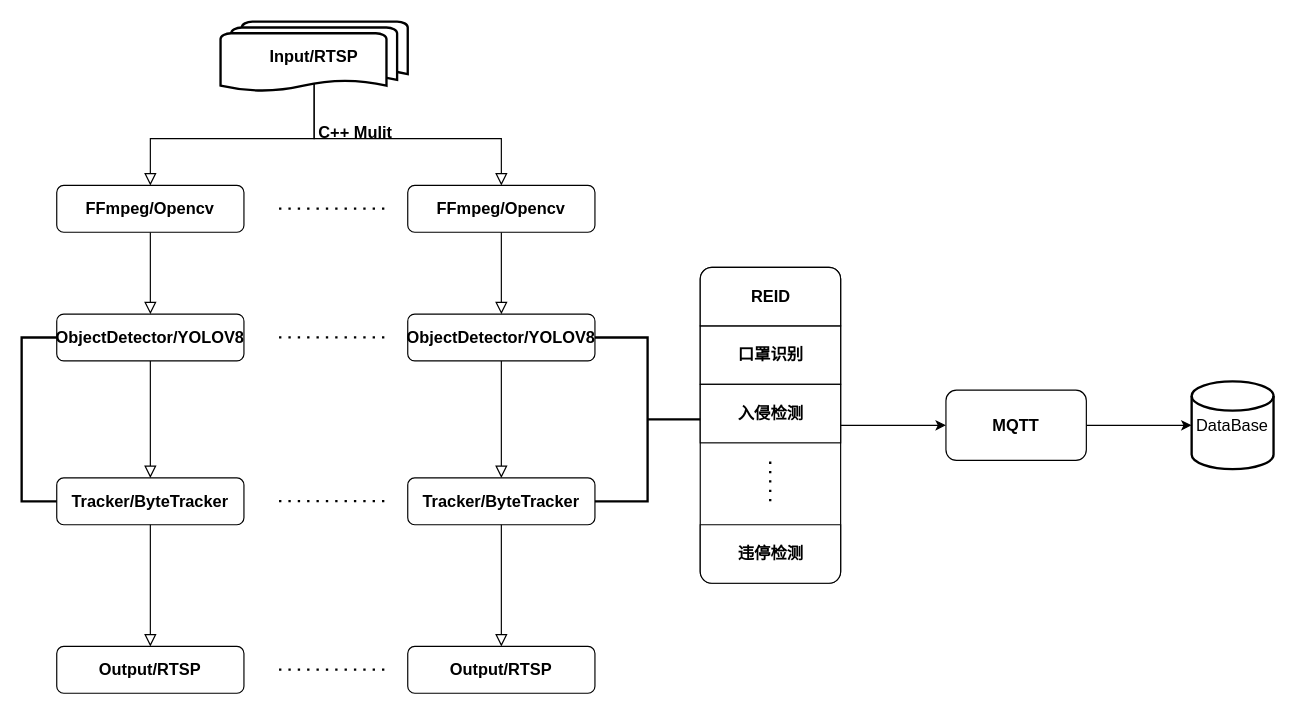
This is AI.drawio from GiponNG/Draw.io, a draw.io file, before an edit. Source tidied: cells renumbered, new cells numbered last; positions are measured from the earlier drawing's top-left corner, leaving out a move shared by most shapes. Both pictures are drawn from the tidied source at 117%, with x=0, y=0 at pixel (21, 21).
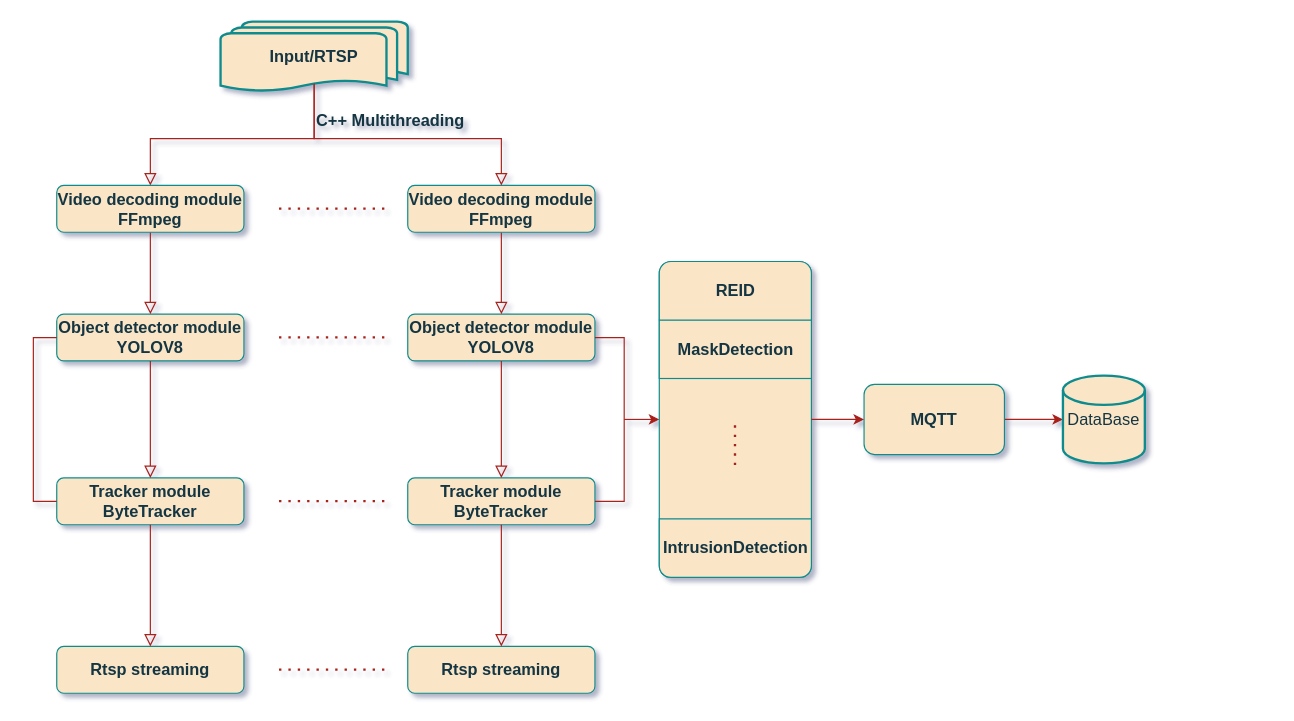
Above is the later version.

Change to the diagram source:
```diff
@@
-<mxGraphModel>
+<mxGraphModel background="#ffffff" shadow="1">
@@
-    <mxCell id="2" style="rounded=0;html=1;jettySize=auto;fontSize=14;endArrow=block;endFill=0;endSize=8;strokeWidth=1;shadow=0;labelBackgroundColor=none;edgeStyle=orthogonalEdgeStyle;exitX=0.5;exitY=0.88;exitDx=0;exitDy=0;exitPerimeter=0;fontStyle=1;" parent="1" edge="1" source="10" target="5">
+    <mxCell id="2" style="rounded=0;html=1;jettySize=auto;fontSize=14;endArrow=block;endFill=0;endSize=8;strokeWidth=1;shadow=0;labelBackgroundColor=none;edgeStyle=orthogonalEdgeStyle;exitX=0.5;exitY=0.88;exitDx=0;exitDy=0;exitPerimeter=0;fontStyle=1;fontColor=default;strokeColor=#A8201A;" parent="1" edge="1" source="10" target="5">
       <mxGeometry relative="1" as="geometry" />
     </mxCell>
-    <mxCell id="3" value="ObjectDetector/YOLOV8" style="rounded=1;whiteSpace=wrap;html=1;fontSize=14;glass=0;strokeWidth=1;shadow=0;fontStyle=1;" parent="1" vertex="1">
+    <mxCell id="3" value="Object detector module&lt;br style=&quot;border-color: var(--border-color);&quot;&gt;YOLOV8" style="rounded=1;whiteSpace=wrap;html=1;fontSize=14;glass=0;strokeWidth=1;shadow=0;fontStyle=1;labelBackgroundColor=none;fillColor=#FAE5C7;strokeColor=#0F8B8D;fontColor=#143642;" parent="1" vertex="1">
       <mxGeometry x="30" y="250" width="160" height="40" as="geometry" />
     </mxCell>
-    <mxCell id="4" style="rounded=0;html=1;jettySize=auto;fontSize=14;endArrow=block;endFill=0;endSize=8;strokeWidth=1;shadow=0;labelBackgroundColor=none;edgeStyle=orthogonalEdgeStyle;exitX=0.5;exitY=1;exitDx=0;exitDy=0;fontStyle=1;" parent="1" edge="1" source="5" target="3">
+    <mxCell id="4" style="rounded=0;html=1;jettySize=auto;fontSize=14;endArrow=block;endFill=0;endSize=8;strokeWidth=1;shadow=0;labelBackgroundColor=none;edgeStyle=orthogonalEdgeStyle;exitX=0.5;exitY=1;exitDx=0;exitDy=0;fontStyle=1;fontColor=default;strokeColor=#A8201A;" parent="1" edge="1" source="5" target="3">
       <mxGeometry relative="1" as="geometry" />
     </mxCell>
-    <mxCell id="5" value="FFmpeg/Opencv" style="rounded=1;whiteSpace=wrap;html=1;fontSize=14;glass=0;strokeWidth=1;shadow=0;fontStyle=1;" parent="1" vertex="1">
+    <mxCell id="5" value="Video decoding module&lt;br&gt;FFmpeg" style="rounded=1;whiteSpace=wrap;html=1;fontSize=14;glass=0;strokeWidth=1;shadow=0;fontStyle=1;labelBackgroundColor=none;fillColor=#FAE5C7;strokeColor=#0F8B8D;fontColor=#143642;" parent="1" vertex="1">
       <mxGeometry x="30" y="140" width="160" height="40" as="geometry" />
     </mxCell>
-    <mxCell id="6" value="Tracker/ByteTracker" style="rounded=1;whiteSpace=wrap;html=1;fontSize=14;glass=0;strokeWidth=1;shadow=0;fontStyle=1;" parent="1" vertex="1">
+    <mxCell id="6" value="Tracker module&lt;br&gt;ByteTracker" style="rounded=1;whiteSpace=wrap;html=1;fontSize=14;glass=0;strokeWidth=1;shadow=0;fontStyle=1;labelBackgroundColor=none;fillColor=#FAE5C7;strokeColor=#0F8B8D;fontColor=#143642;" parent="1" vertex="1">
       <mxGeometry x="30" y="390" width="160" height="40" as="geometry" />
     </mxCell>
-    <mxCell id="7" style="rounded=0;html=1;jettySize=auto;fontSize=14;endArrow=block;endFill=0;endSize=8;strokeWidth=1;shadow=0;labelBackgroundColor=none;edgeStyle=orthogonalEdgeStyle;fontStyle=1;" parent="1" edge="1" source="3" target="6">
+    <mxCell id="7" style="rounded=0;html=1;jettySize=auto;fontSize=14;endArrow=block;endFill=0;endSize=8;strokeWidth=1;shadow=0;labelBackgroundColor=none;edgeStyle=orthogonalEdgeStyle;fontStyle=1;fontColor=default;strokeColor=#A8201A;" parent="1" edge="1" source="3" target="6">
       <mxGeometry relative="1" as="geometry" />
     </mxCell>
-    <mxCell id="8" value="Output/RTSP" style="rounded=1;whiteSpace=wrap;html=1;fontSize=14;glass=0;strokeWidth=1;shadow=0;fontStyle=1;" parent="1" vertex="1">
+    <mxCell id="8" value="Rtsp streaming" style="rounded=1;whiteSpace=wrap;html=1;fontSize=14;glass=0;strokeWidth=1;shadow=0;fontStyle=1;labelBackgroundColor=none;fillColor=#FAE5C7;strokeColor=#0F8B8D;fontColor=#143642;" parent="1" vertex="1">
       <mxGeometry x="30" y="534" width="160" height="40" as="geometry" />
     </mxCell>
-    <mxCell id="9" style="rounded=0;html=1;jettySize=auto;fontSize=14;endArrow=block;endFill=0;endSize=8;strokeWidth=1;shadow=0;labelBackgroundColor=none;edgeStyle=orthogonalEdgeStyle;entryX=0.5;entryY=0;entryDx=0;entryDy=0;fontStyle=1;" parent="1" edge="1" source="6" target="8">
+    <mxCell id="9" style="rounded=0;html=1;jettySize=auto;fontSize=14;endArrow=block;endFill=0;endSize=8;strokeWidth=1;shadow=0;labelBackgroundColor=none;edgeStyle=orthogonalEdgeStyle;entryX=0.5;entryY=0;entryDx=0;entryDy=0;fontStyle=1;fontColor=default;strokeColor=#A8201A;" parent="1" edge="1" source="6" target="8">
       <mxGeometry relative="1" as="geometry" />
     </mxCell>
-    <mxCell id="10" value="Input/RTSP" style="strokeWidth=2;html=1;shape=mxgraph.flowchart.multi-document;whiteSpace=wrap;fontSize=14;fontStyle=1;" parent="1" vertex="1">
+    <mxCell id="10" value="Input/RTSP" style="strokeWidth=2;html=1;shape=mxgraph.flowchart.multi-document;whiteSpace=wrap;fontSize=14;fontStyle=1;labelBackgroundColor=none;fillColor=#FAE5C7;strokeColor=#0F8B8D;fontColor=#143642;" parent="1" vertex="1">
       <mxGeometry x="170" width="160" height="60" as="geometry" />
     </mxCell>
-    <mxCell id="11" value="ObjectDetector/YOLOV8" style="rounded=1;whiteSpace=wrap;html=1;fontSize=14;glass=0;strokeWidth=1;shadow=0;fontStyle=1;" parent="1" vertex="1">
+    <mxCell id="11" value="Object detector module&lt;br&gt;YOLOV8" style="rounded=1;whiteSpace=wrap;html=1;fontSize=14;glass=0;strokeWidth=1;shadow=0;fontStyle=1;labelBackgroundColor=none;fillColor=#FAE5C7;strokeColor=#0F8B8D;fontColor=#143642;" parent="1" vertex="1">
       <mxGeometry x="330" y="250" width="160" height="40" as="geometry" />
     </mxCell>
-    <mxCell id="12" style="rounded=0;html=1;jettySize=auto;fontSize=14;endArrow=block;endFill=0;endSize=8;strokeWidth=1;shadow=0;labelBackgroundColor=none;edgeStyle=orthogonalEdgeStyle;exitX=0.5;exitY=1;exitDx=0;exitDy=0;fontStyle=1;" parent="1" edge="1" source="13" target="11">
+    <mxCell id="12" style="rounded=0;html=1;jettySize=auto;fontSize=14;endArrow=block;endFill=0;endSize=8;strokeWidth=1;shadow=0;labelBackgroundColor=none;edgeStyle=orthogonalEdgeStyle;exitX=0.5;exitY=1;exitDx=0;exitDy=0;fontStyle=1;fontColor=default;strokeColor=#A8201A;" parent="1" edge="1" source="13" target="11">
       <mxGeometry relative="1" as="geometry" />
     </mxCell>
-    <mxCell id="13" value="FFmpeg/Opencv" style="rounded=1;whiteSpace=wrap;html=1;fontSize=14;glass=0;strokeWidth=1;shadow=0;fontStyle=1;" parent="1" vertex="1">
+    <mxCell id="13" value="Video decoding module&lt;br style=&quot;border-color: var(--border-color);&quot;&gt;FFmpeg" style="rounded=1;whiteSpace=wrap;html=1;fontSize=14;glass=0;strokeWidth=1;shadow=0;fontStyle=1;labelBackgroundColor=none;fillColor=#FAE5C7;strokeColor=#0F8B8D;fontColor=#143642;" parent="1" vertex="1">
       <mxGeometry x="330" y="140" width="160" height="40" as="geometry" />
     </mxCell>
-    <mxCell id="14" value="Tracker/ByteTracker" style="rounded=1;whiteSpace=wrap;html=1;fontSize=14;glass=0;strokeWidth=1;shadow=0;fontStyle=1;" parent="1" vertex="1">
+    <mxCell id="14" value="Tracker module&lt;br style=&quot;border-color: var(--border-color);&quot;&gt;ByteTracker" style="rounded=1;whiteSpace=wrap;html=1;fontSize=14;glass=0;strokeWidth=1;shadow=0;fontStyle=1;labelBackgroundColor=none;fillColor=#FAE5C7;strokeColor=#0F8B8D;fontColor=#143642;" parent="1" vertex="1">
       <mxGeometry x="330" y="390" width="160" height="40" as="geometry" />
     </mxCell>
-    <mxCell id="15" style="rounded=0;html=1;jettySize=auto;fontSize=14;endArrow=block;endFill=0;endSize=8;strokeWidth=1;shadow=0;labelBackgroundColor=none;edgeStyle=orthogonalEdgeStyle;fontStyle=1;" parent="1" edge="1" source="11" target="14">
+    <mxCell id="15" style="rounded=0;html=1;jettySize=auto;fontSize=14;endArrow=block;endFill=0;endSize=8;strokeWidth=1;shadow=0;labelBackgroundColor=none;edgeStyle=orthogonalEdgeStyle;fontStyle=1;fontColor=default;strokeColor=#A8201A;" parent="1" edge="1" source="11" target="14">
       <mxGeometry relative="1" as="geometry" />
     </mxCell>
-    <mxCell id="16" value="Output/RTSP" style="rounded=1;whiteSpace=wrap;html=1;fontSize=14;glass=0;strokeWidth=1;shadow=0;fontStyle=1;" parent="1" vertex="1">
+    <mxCell id="16" value="Rtsp streaming" style="rounded=1;whiteSpace=wrap;html=1;fontSize=14;glass=0;strokeWidth=1;shadow=0;fontStyle=1;labelBackgroundColor=none;fillColor=#FAE5C7;strokeColor=#0F8B8D;fontColor=#143642;" parent="1" vertex="1">
       <mxGeometry x="330" y="534" width="160" height="40" as="geometry" />
     </mxCell>
-    <mxCell id="17" style="rounded=0;html=1;jettySize=auto;fontSize=14;endArrow=block;endFill=0;endSize=8;strokeWidth=1;shadow=0;labelBackgroundColor=none;edgeStyle=orthogonalEdgeStyle;entryX=0.5;entryY=0;entryDx=0;entryDy=0;fontStyle=1;" parent="1" edge="1" source="14" target="16">
+    <mxCell id="17" style="rounded=0;html=1;jettySize=auto;fontSize=14;endArrow=block;endFill=0;endSize=8;strokeWidth=1;shadow=0;labelBackgroundColor=none;edgeStyle=orthogonalEdgeStyle;entryX=0.5;entryY=0;entryDx=0;entryDy=0;fontStyle=1;fontColor=default;strokeColor=#A8201A;" parent="1" edge="1" source="14" target="16">
       <mxGeometry relative="1" as="geometry" />
     </mxCell>
-    <mxCell id="18" style="rounded=0;html=1;jettySize=auto;fontSize=14;endArrow=block;endFill=0;endSize=8;strokeWidth=1;shadow=0;labelBackgroundColor=none;edgeStyle=orthogonalEdgeStyle;exitX=0.5;exitY=0.88;exitDx=0;exitDy=0;exitPerimeter=0;fontStyle=1;" parent="1" edge="1" source="10" target="13">
+    <mxCell id="18" style="rounded=0;html=1;jettySize=auto;fontSize=14;endArrow=block;endFill=0;endSize=8;strokeWidth=1;shadow=0;labelBackgroundColor=none;edgeStyle=orthogonalEdgeStyle;exitX=0.5;exitY=0.88;exitDx=0;exitDy=0;exitPerimeter=0;fontStyle=1;fontColor=default;strokeColor=#A8201A;" parent="1" edge="1" source="10" target="13">
       <mxGeometry relative="1" as="geometry">
         <Array as="points">
           <mxPoint x="250" y="100" />
           <mxPoint x="410" y="100" />
         </Array>
       </mxGeometry>
     </mxCell>
-    <mxCell id="19" style="endArrow=none;dashed=1;html=1;dashPattern=1 3;strokeWidth=2;rounded=0;fontSize=14;fontStyle=1;" parent="1" edge="1">
+    <mxCell id="19" style="endArrow=none;dashed=1;html=1;dashPattern=1 3;strokeWidth=2;rounded=0;fontSize=14;fontStyle=1;labelBackgroundColor=none;fontColor=default;strokeColor=#A8201A;" parent="1" edge="1">
       <mxGeometry relative="1" as="geometry">
         <mxPoint x="220" y="159.8" as="sourcePoint" />
         <mxPoint x="310" y="159.8" as="targetPoint" />
       </mxGeometry>
     </mxCell>
-    <mxCell id="20" style="endArrow=none;dashed=1;html=1;dashPattern=1 3;strokeWidth=2;rounded=0;fontSize=14;fontStyle=1;" parent="1" edge="1">
+    <mxCell id="20" style="endArrow=none;dashed=1;html=1;dashPattern=1 3;strokeWidth=2;rounded=0;fontSize=14;fontStyle=1;labelBackgroundColor=none;fontColor=default;strokeColor=#A8201A;" parent="1" edge="1">
       <mxGeometry relative="1" as="geometry">
         <mxPoint x="220" y="269.8" as="sourcePoint" />
         <mxPoint x="310" y="269.8" as="targetPoint" />
       </mxGeometry>
     </mxCell>
-    <mxCell id="21" style="endArrow=none;dashed=1;html=1;dashPattern=1 3;strokeWidth=2;rounded=0;fontSize=14;fontStyle=1;" parent="1" edge="1">
+    <mxCell id="21" style="endArrow=none;dashed=1;html=1;dashPattern=1 3;strokeWidth=2;rounded=0;fontSize=14;fontStyle=1;labelBackgroundColor=none;fontColor=default;strokeColor=#A8201A;" parent="1" edge="1">
       <mxGeometry relative="1" as="geometry">
         <mxPoint x="220" y="553.8" as="sourcePoint" />
         <mxPoint x="310" y="553.8" as="targetPoint" />
       </mxGeometry>
     </mxCell>
-    <mxCell id="22" style="endArrow=none;dashed=1;html=1;dashPattern=1 3;strokeWidth=2;rounded=0;fontSize=14;fontStyle=1;" parent="1" edge="1">
+    <mxCell id="22" style="endArrow=none;dashed=1;html=1;dashPattern=1 3;strokeWidth=2;rounded=0;fontSize=14;fontStyle=1;labelBackgroundColor=none;fontColor=default;strokeColor=#A8201A;" parent="1" edge="1">
       <mxGeometry relative="1" as="geometry">
         <mxPoint x="220" y="409.8" as="sourcePoint" />
         <mxPoint x="310" y="409.8" as="targetPoint" />
       </mxGeometry>
     </mxCell>
-    <mxCell id="23" value="C++ Mulit" style="text;html=1;align=center;verticalAlign=middle;strokeColor=none;fillColor=none;fontSize=14;fontStyle=1;" parent="1" vertex="1">
-      <mxGeometry x="240" y="80" width="90" height="30" as="geometry" />
+    <mxCell id="23" value="C++&amp;nbsp;Multithreading" style="text;html=1;align=center;verticalAlign=middle;strokeColor=none;fillColor=none;fontSize=14;fontStyle=1;labelBackgroundColor=none;fontColor=#143642;" parent="1" vertex="1">
+      <mxGeometry x="240" y="70" width="150" height="30" as="geometry" />
     </mxCell>
-    <mxCell id="24" style="strokeWidth=1;shadow=0;dashed=0;align=center;html=1;shape=mxgraph.mockup.rrect;rSize=10;labelBorderColor=#000000;fontSize=14;fontStyle=1;" parent="1" vertex="1">
-      <mxGeometry x="580" y="210" width="120" height="270" as="geometry" />
+    <mxCell id="24" style="strokeWidth=1;shadow=0;dashed=0;align=center;html=1;shape=mxgraph.mockup.rrect;rSize=10;labelBorderColor=#000000;fontSize=14;fontStyle=1;labelBackgroundColor=none;fillColor=#FAE5C7;strokeColor=#0F8B8D;fontColor=#143642;" parent="1" vertex="1">
+      <mxGeometry x="545" y="205" width="130" height="270" as="geometry" />
     </mxCell>
-    <mxCell id="25" value="口罩识别" style="strokeColor=inherit;fillColor=inherit;gradientColor=inherit;strokeWidth=1;shadow=0;dashed=0;align=center;html=1;shape=mxgraph.mockup.rrect;rSize=0;fontSize=14;fontColor=#000000;fontStyle=1;" parent="24" vertex="1">
-      <mxGeometry width="120" height="50" relative="1" as="geometry">
+    <mxCell id="25" value="MaskDetection" style="strokeWidth=1;shadow=0;dashed=0;align=center;html=1;shape=mxgraph.mockup.rrect;rSize=0;fontSize=14;fontStyle=1;labelBackgroundColor=none;fillColor=#FAE5C7;strokeColor=#0F8B8D;fontColor=#143642;" parent="24" vertex="1">
+      <mxGeometry width="130" height="50" relative="1" as="geometry">
         <mxPoint y="50" as="offset" />
       </mxGeometry>
     </mxCell>
-    <mxCell id="26" value="入侵检测" style="strokeColor=inherit;fillColor=inherit;gradientColor=inherit;strokeWidth=1;shadow=0;dashed=0;align=center;html=1;shape=mxgraph.mockup.rrect;rSize=0;fontSize=14;fontColor=#000000;fontStyle=1;" parent="24" vertex="1">
-      <mxGeometry width="120" height="50" relative="1" as="geometry">
-        <mxPoint y="100" as="offset" />
-      </mxGeometry>
-    </mxCell>
-    <mxCell id="27" value="违停检测" style="strokeColor=inherit;fillColor=inherit;gradientColor=inherit;strokeWidth=1;shadow=0;dashed=0;align=center;html=1;shape=mxgraph.mockup.bottomButton;rSize=10;fontSize=14;fontColor=#000000;fontStyle=1;" parent="24" vertex="1">
-      <mxGeometry y="1" width="120" height="50" relative="1" as="geometry">
+    <mxCell id="27" value="IntrusionDetection" style="strokeWidth=1;shadow=0;dashed=0;align=center;html=1;shape=mxgraph.mockup.bottomButton;rSize=10;fontSize=14;fontStyle=1;labelBackgroundColor=none;fillColor=#FAE5C7;strokeColor=#0F8B8D;fontColor=#143642;" parent="24" vertex="1">
+      <mxGeometry y="1" width="130" height="50" relative="1" as="geometry">
         <mxPoint y="-50" as="offset" />
       </mxGeometry>
     </mxCell>
-    <mxCell id="28" value="REID" style="strokeColor=inherit;fillColor=inherit;gradientColor=inherit;strokeWidth=1;shadow=0;dashed=0;align=center;html=1;shape=mxgraph.mockup.bottomButton;rSize=10;fontSize=14;fontColor=#000000;fontStyle=1;direction=west;" parent="24" vertex="1">
-      <mxGeometry width="120" height="50" as="geometry" />
+    <mxCell id="28" value="REID" style="strokeWidth=1;shadow=0;dashed=0;align=center;html=1;shape=mxgraph.mockup.bottomButton;rSize=10;fontSize=14;fontStyle=1;direction=west;labelBackgroundColor=none;fillColor=#FAE5C7;strokeColor=#0F8B8D;fontColor=#143642;" parent="24" vertex="1">
+      <mxGeometry width="130" height="50" as="geometry" />
     </mxCell>
-    <mxCell id="29" style="endArrow=none;dashed=1;html=1;dashPattern=1 3;strokeWidth=2;rounded=0;fontSize=14;fontStyle=1;" parent="24" edge="1">
+    <mxCell id="29" style="endArrow=none;dashed=1;html=1;dashPattern=1 3;strokeWidth=2;rounded=0;fontSize=14;fontStyle=1;labelBackgroundColor=none;fontColor=default;strokeColor=#A8201A;" parent="24" edge="1">
       <mxGeometry relative="1" as="geometry">
-        <mxPoint x="59.8" y="200" as="sourcePoint" />
-        <mxPoint x="59.8" y="160" as="targetPoint" />
+        <mxPoint x="64.7" y="174" as="sourcePoint" />
+        <mxPoint x="64.7" y="134" as="targetPoint" />
       </mxGeometry>
     </mxCell>
-    <mxCell id="30" style="edgeStyle=orthogonalEdgeStyle;rounded=0;jettySize=auto;html=1;fontSize=14;fontColor=#000000;" parent="1" edge="1" source="31" target="35">
+    <mxCell id="30" style="edgeStyle=orthogonalEdgeStyle;rounded=0;jettySize=auto;html=1;fontSize=14;fontColor=default;labelBackgroundColor=none;strokeColor=#A8201A;" parent="1" edge="1" source="31" target="35">
       <mxGeometry relative="1" as="geometry" />
     </mxCell>
-    <mxCell id="31" value="MQTT" style="rounded=1;whiteSpace=wrap;html=1;labelBackgroundColor=none;labelBorderColor=none;fillColor=#FFFFFF;fontSize=14;fontStyle=1;" parent="1" vertex="1">
-      <mxGeometry x="790" y="315" width="120" height="60" as="geometry" />
+    <mxCell id="31" value="MQTT" style="rounded=1;whiteSpace=wrap;html=1;labelBackgroundColor=none;labelBorderColor=none;fontSize=14;fontStyle=1;fillColor=#FAE5C7;strokeColor=#0F8B8D;fontColor=#143642;" parent="1" vertex="1">
+      <mxGeometry x="720" y="310" width="120" height="60" as="geometry" />
     </mxCell>
-    <mxCell id="32" style="endArrow=classic;html=1;rounded=0;entryX=0;entryY=0.5;entryDx=0;entryDy=0;fontSize=14;fontStyle=1;" parent="1" edge="1" source="24" target="31">
+    <mxCell id="32" style="endArrow=classic;html=1;rounded=0;entryX=0;entryY=0.5;entryDx=0;entryDy=0;fontSize=14;fontStyle=1;labelBackgroundColor=none;fontColor=default;strokeColor=#A8201A;" parent="1" edge="1" source="24" target="31">
       <mxGeometry relative="1" as="geometry" />
     </mxCell>
-    <mxCell id="33" style="strokeWidth=2;html=1;shape=mxgraph.flowchart.annotation_2;align=left;labelPosition=right;labelBackgroundColor=none;labelBorderColor=none;fillColor=#FFFFFF;direction=west;fontSize=14;fontStyle=1;" parent="1" vertex="1">
-      <mxGeometry x="490" y="270" width="90" height="140" as="geometry" />
+    <mxCell id="33" style="strokeWidth=1;html=1;shape=mxgraph.flowchart.annotation_2;align=left;labelPosition=right;labelBackgroundColor=none;labelBorderColor=none;direction=west;fontSize=14;fontStyle=1;fillColor=#FAE5C7;strokeColor=#A8201A;fontColor=none;noLabel=1;" parent="1" vertex="1">
+      <mxGeometry x="490" y="270" width="50" height="140" as="geometry" />
     </mxCell>
-    <mxCell id="34" style="strokeWidth=2;html=1;shape=mxgraph.flowchart.annotation_1;align=left;labelBackgroundColor=none;labelBorderColor=none;fillColor=#FFFFFF;fontSize=14;fontStyle=1;" parent="1" vertex="1">
-      <mxGeometry y="270" width="30" height="140" as="geometry" />
+    <mxCell id="34" style="strokeWidth=1;html=1;shape=mxgraph.flowchart.annotation_1;align=left;labelBackgroundColor=none;labelBorderColor=none;fontSize=14;fontStyle=1;fillColor=#FAE5C7;strokeColor=#A8201A;fontColor=#143642;" parent="1" vertex="1">
+      <mxGeometry x="10" y="270" width="20" height="140" as="geometry" />
     </mxCell>
-    <mxCell id="35" value="DataBase" style="strokeWidth=2;html=1;shape=mxgraph.flowchart.database;whiteSpace=wrap;labelBackgroundColor=none;labelBorderColor=none;fontSize=14;fontColor=#000000;fillColor=#FFFFFF;" parent="1" vertex="1">
-      <mxGeometry x="1000" y="307.5" width="70" height="75" as="geometry" />
+    <mxCell id="35" value="DataBase" style="strokeWidth=2;html=1;shape=mxgraph.flowchart.database;whiteSpace=wrap;labelBackgroundColor=none;labelBorderColor=none;fontSize=14;fillColor=#FAE5C7;strokeColor=#0F8B8D;fontColor=#143642;" parent="1" vertex="1">
+      <mxGeometry x="890" y="302.5" width="70" height="75" as="geometry" />
     </mxCell>
+    <mxCell id="36" style="endArrow=classic;html=1;rounded=0;fontSize=12;fontColor=default;exitX=0;exitY=0.5;exitDx=0;exitDy=0;exitPerimeter=0;labelBackgroundColor=none;strokeColor=#A8201A;" parent="1" edge="1" source="33" target="24">
+      <mxGeometry relative="1" as="geometry" />
+    </mxCell>
```
